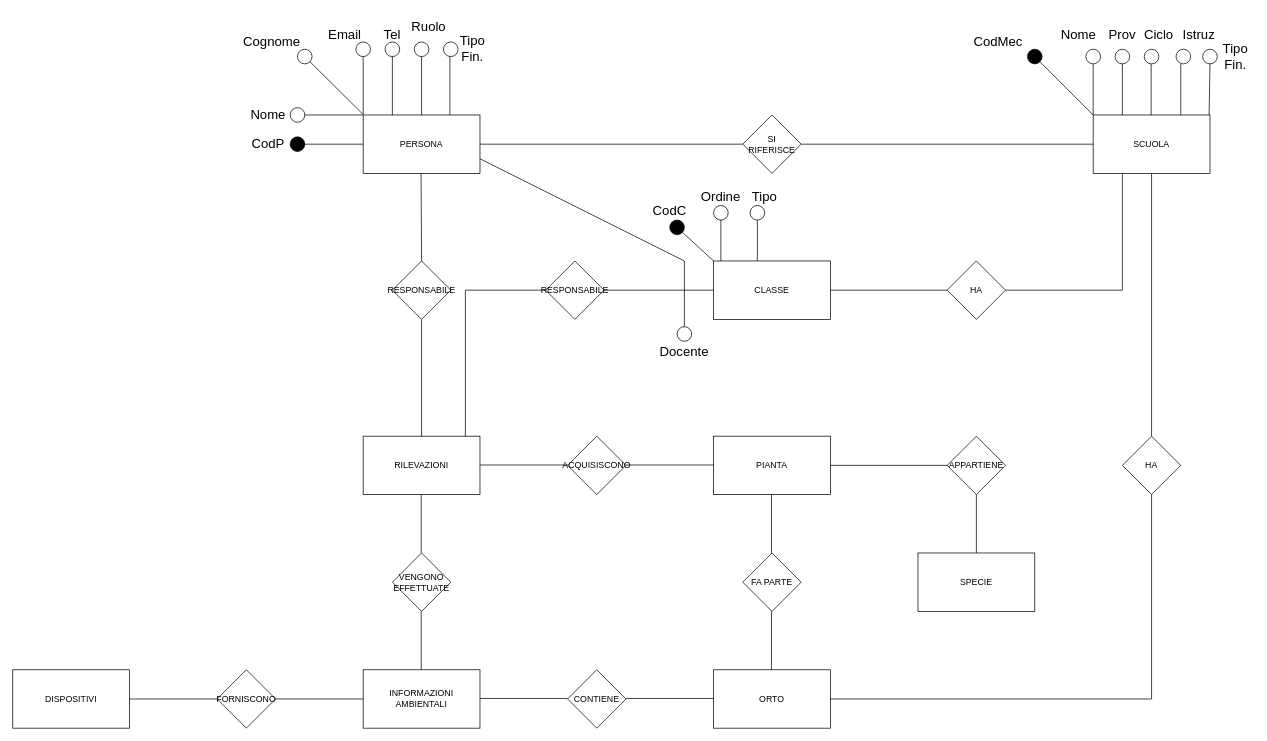
Above: BD_ER_2023.drawio in pizzo-kyle/unige (draw.io), before the change. Source tidied: cells renumbered, new cells numbered last; positions are measured from the earlier drawing's top-left corner, leaving out a move shared by most shapes. Both pictures are drawn from the tidied source at 73%, with x=0, y=0 at pixel (12, 12).
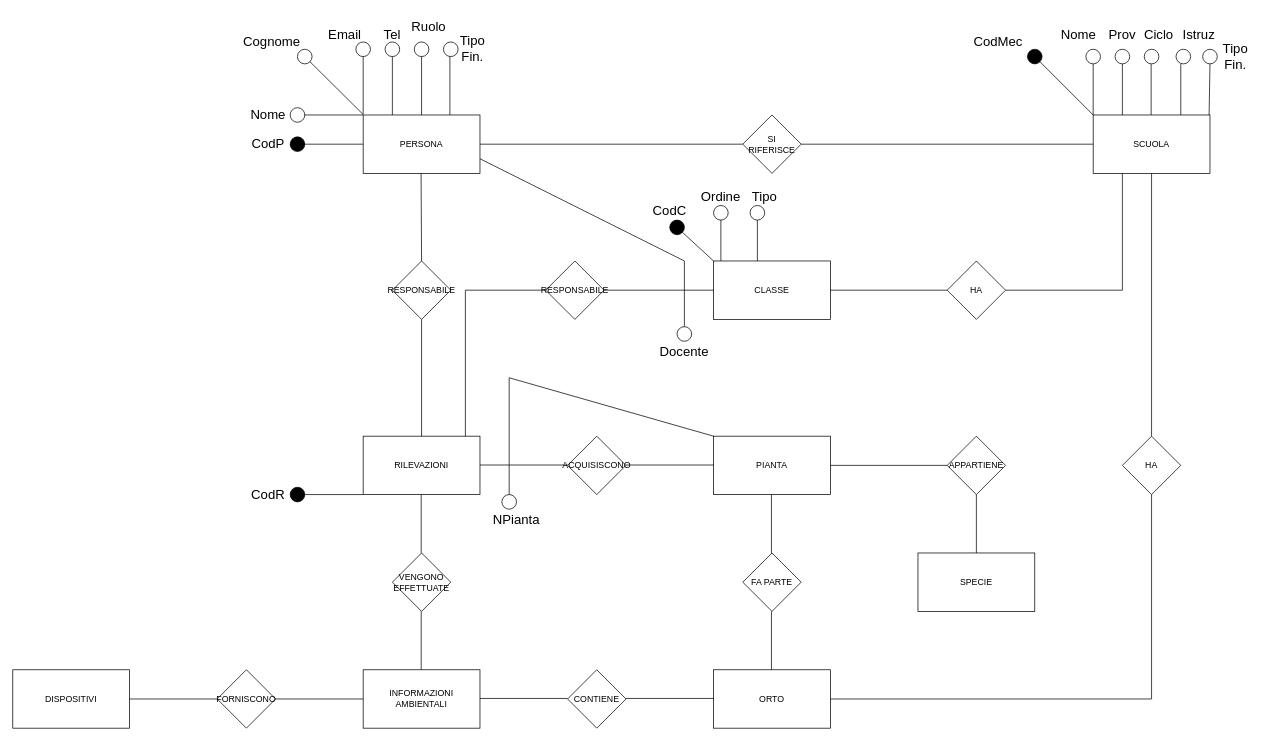
The same diagram, later.

The change refers to these unchanged cells:
```xml
<mxCell id="14" value="PIANTA" style="rounded=0;whiteSpace=wrap;html=1;" parent="1" vertex="1">
  <mxGeometry x="960" y="580" width="160" height="80" as="geometry" />
</mxCell>
```

Change to the diagram source:
```diff
@@
+    <mxCell id="102" style="endArrow=none;html=1;rounded=0;entryX=0;entryY=1;entryDx=0;entryDy=0;" parent="1" edge="1">
+      <mxGeometry relative="1" as="geometry">
+        <mxPoint x="400" y="660" as="sourcePoint" />
+        <mxPoint x="480" y="660" as="targetPoint" />
+      </mxGeometry>
+    </mxCell>
+    <mxCell id="103" style="ellipse;whiteSpace=wrap;html=1;fillColor=#000000;direction=south;" parent="1" vertex="1">
+      <mxGeometry x="380" y="650" width="20" height="20" as="geometry" />
+    </mxCell>
+    <mxCell id="104" value="&lt;font style=&quot;font-size: 18px;&quot;&gt;CodR&lt;/font&gt;" style="text;html=1;strokeColor=none;fillColor=none;align=center;verticalAlign=middle;whiteSpace=wrap;rounded=0;" parent="1" vertex="1">
+      <mxGeometry x="320" y="640" width="60" height="40" as="geometry" />
+    </mxCell>
+    <mxCell id="105" style="ellipse;whiteSpace=wrap;html=1;fillColor=#FFFFFF;direction=south;gradientColor=none;" parent="1" vertex="1">
+      <mxGeometry x="670" y="660" width="20" height="20" as="geometry" />
+    </mxCell>
+    <mxCell id="106" style="endArrow=none;html=1;rounded=0;exitX=0;exitY=0;exitDx=0;exitDy=0;" parent="1" edge="1" source="14">
+      <mxGeometry relative="1" as="geometry">
+        <mxPoint x="680" y="660" as="targetPoint" />
+        <Array as="points">
+          <mxPoint x="680" y="500" />
+        </Array>
+      </mxGeometry>
+    </mxCell>
+    <mxCell id="107" value="&lt;span style=&quot;font-size: 18px;&quot;&gt;NPianta&lt;/span&gt;" style="text;html=1;strokeColor=none;fillColor=none;align=center;verticalAlign=middle;whiteSpace=wrap;rounded=0;" parent="1" vertex="1">
+      <mxGeometry x="660" y="680" width="60" height="30" as="geometry" />
+    </mxCell>
```
